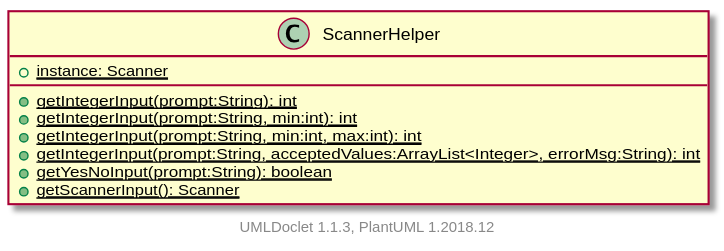
The PlantUML diagram projects/oodp/html/umlversion/uml/sg.edu.ntu.scse.cz2002.util.ScannerHelper.svg in itachi1706/How-to-use-Git-NTUSCSE1819-Site, before a commit.
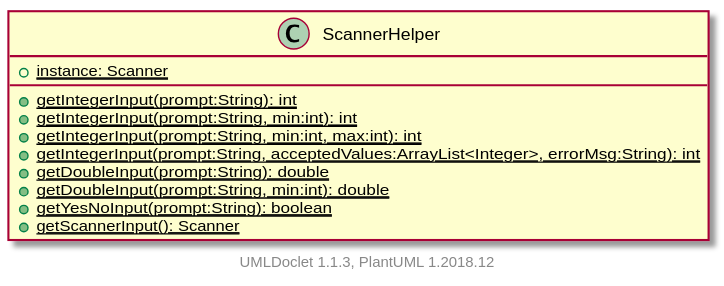
After the change.

Diff of the diagram source:
```diff
@@ -6,6 +6,8 @@
         {static} +getIntegerInput(prompt:String, min:int): int
         {static} +getIntegerInput(prompt:String, min:int, max:int): int
         {static} +getIntegerInput(prompt:String, acceptedValues:ArrayList<Integer>, errorMsg:String): int
+        {static} +getDoubleInput(prompt:String): double
+        {static} +getDoubleInput(prompt:String, min:int): double
         {static} +getYesNoInput(prompt:String): boolean
         {static} +getScannerInput(): Scanner
     }
```
